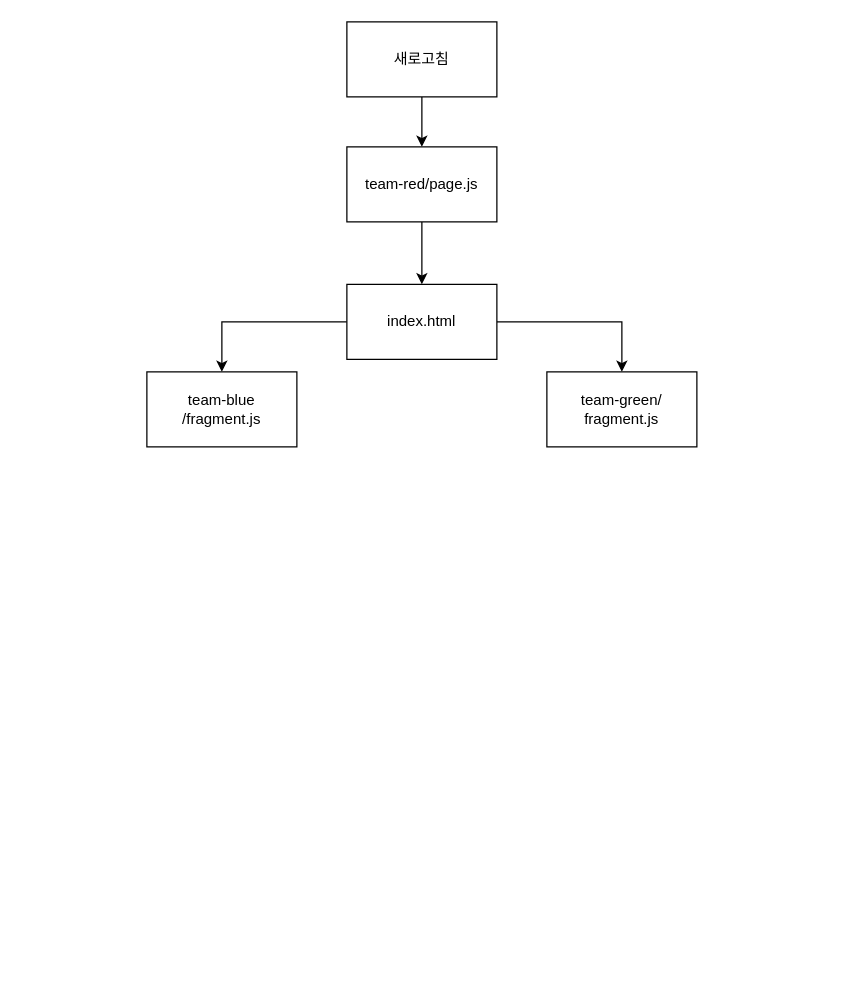
unuhqueen/Micro-Frontend keeps this draw.io diagram as micro-frontend-lifecycle.drawio. Above is the earlier version. Source tidied: cells renumbered, new cells numbered last; positions are measured from the earlier drawing's top-left corner, leaving out a move shared by most shapes. Both pictures are drawn from the tidied source at 125%, with x=0, y=0 at pixel (146, 21).
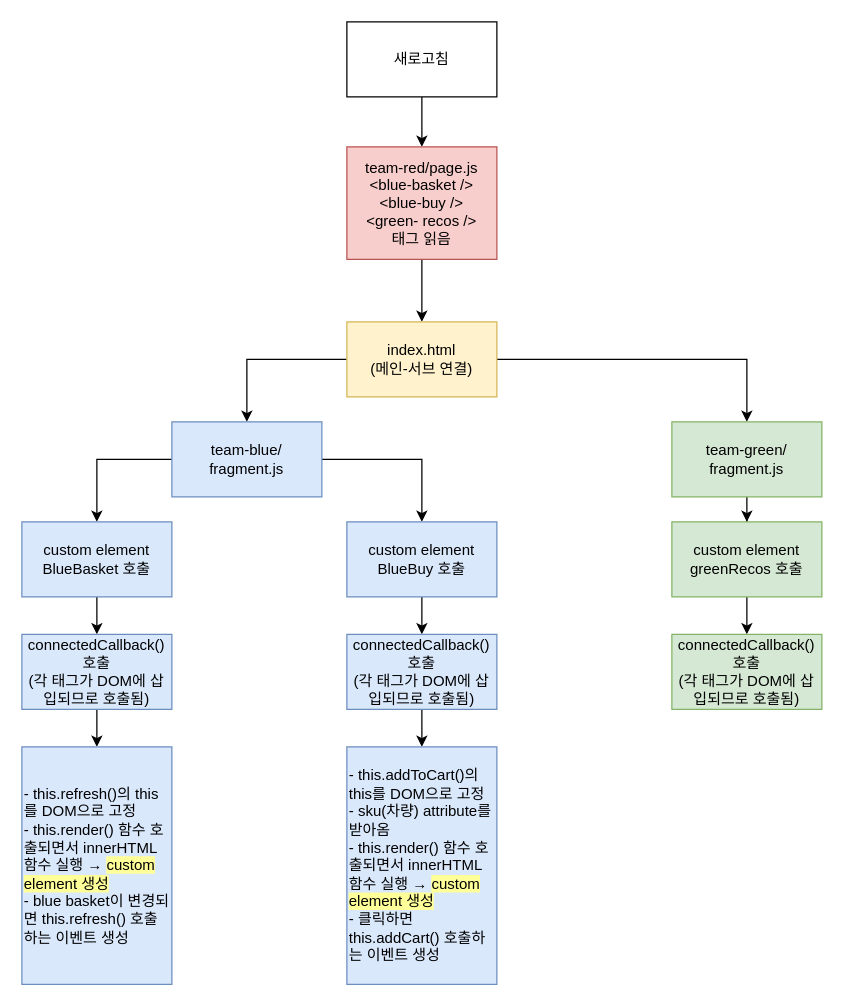
After the change.

Change to the diagram source:
```diff
@@
-    <mxCell id="5" value="team-red/page.js" style="rounded=0;whiteSpace=wrap;html=1;" parent="1" vertex="1">
-      <mxGeometry x="160" y="100" width="120" height="60" as="geometry" />
+    <mxCell id="5" value="team-red/page.js&lt;br&gt;&amp;lt;blue-basket /&amp;gt;&lt;br&gt;&amp;lt;blue-buy /&amp;gt;&lt;br&gt;&amp;lt;green- recos /&amp;gt;&lt;br&gt;태그 읽음" style="rounded=0;whiteSpace=wrap;html=1;fillColor=#f8cecc;strokeColor=#b85450;" parent="1" vertex="1">
+      <mxGeometry x="160" y="100" width="120" height="90" as="geometry" />
     </mxCell>
@@
-    <mxCell id="8" value="index.html" style="rounded=0;whiteSpace=wrap;html=1;" parent="1" vertex="1">
-      <mxGeometry x="160" y="210" width="120" height="60" as="geometry" />
+    <mxCell id="8" value="index.html&lt;br&gt;(메인-서브 연결)" style="rounded=0;whiteSpace=wrap;html=1;fillColor=#fff2cc;strokeColor=#d6b656;" parent="1" vertex="1">
+      <mxGeometry x="160" y="240" width="120" height="60" as="geometry" />
     </mxCell>
+    <mxCell id="11" style="edgeStyle=orthogonalEdgeStyle;rounded=0;jettySize=auto;html=1;exitX=0;exitY=0.5;exitDx=0;exitDy=0;" parent="1" edge="1" source="9" target="15">
+      <mxGeometry relative="1" as="geometry" />
+    </mxCell>
+    <mxCell id="12" style="edgeStyle=orthogonalEdgeStyle;rounded=0;jettySize=auto;html=1;" parent="1" edge="1" source="9" target="17">
+      <mxGeometry relative="1" as="geometry" />
+    </mxCell>
-    <mxCell id="9" value="team-blue&lt;br&gt;/fragment.js" style="rounded=0;whiteSpace=wrap;html=1;" parent="1" vertex="1">
-      <mxGeometry y="280" width="120" height="60" as="geometry" />
+    <mxCell id="9" value="team-blue/&lt;br&gt;fragment.js" style="rounded=0;whiteSpace=wrap;html=1;fillColor=#dae8fc;strokeColor=#6c8ebf;" parent="1" vertex="1">
+      <mxGeometry x="20" y="320" width="120" height="60" as="geometry" />
     </mxCell>
+    <mxCell id="13" style="edgeStyle=orthogonalEdgeStyle;rounded=0;jettySize=auto;html=1;entryX=0.5;entryY=0;entryDx=0;entryDy=0;" parent="1" edge="1" source="10" target="19">
+      <mxGeometry relative="1" as="geometry" />
+    </mxCell>
-    <mxCell id="10" value="team-green/&lt;br&gt;fragment.js" style="rounded=0;whiteSpace=wrap;html=1;" parent="1" vertex="1">
-      <mxGeometry x="320" y="280" width="120" height="60" as="geometry" />
+    <mxCell id="10" value="team-green/&lt;br&gt;fragment.js" style="rounded=0;whiteSpace=wrap;html=1;fillColor=#d5e8d4;strokeColor=#82b366;" parent="1" vertex="1">
+      <mxGeometry x="420" y="320" width="120" height="60" as="geometry" />
     </mxCell>
+    <mxCell id="14" style="edgeStyle=orthogonalEdgeStyle;rounded=0;jettySize=auto;html=1;" parent="1" edge="1" source="15" target="21">
+      <mxGeometry relative="1" as="geometry" />
+    </mxCell>
+    <mxCell id="15" value="custom element&lt;br&gt;BlueBasket 호출" style="rounded=0;whiteSpace=wrap;html=1;fillColor=#dae8fc;strokeColor=#6c8ebf;" parent="1" vertex="1">
+      <mxGeometry x="-100" y="400" width="120" height="60" as="geometry" />
+    </mxCell>
+    <mxCell id="16" style="edgeStyle=orthogonalEdgeStyle;rounded=0;jettySize=auto;html=1;exitX=0.5;exitY=1;exitDx=0;exitDy=0;entryX=0.5;entryY=0;entryDx=0;entryDy=0;" parent="1" edge="1" source="17" target="23">
+      <mxGeometry relative="1" as="geometry" />
+    </mxCell>
+    <mxCell id="17" value="custom element&lt;br&gt;BlueBuy 호출" style="rounded=0;whiteSpace=wrap;html=1;fillColor=#dae8fc;strokeColor=#6c8ebf;" parent="1" vertex="1">
+      <mxGeometry x="160" y="400" width="120" height="60" as="geometry" />
+    </mxCell>
+    <mxCell id="18" style="edgeStyle=orthogonalEdgeStyle;rounded=0;jettySize=auto;html=1;exitX=0.5;exitY=1;exitDx=0;exitDy=0;entryX=0.5;entryY=0;entryDx=0;entryDy=0;" parent="1" edge="1" source="19" target="24">
+      <mxGeometry relative="1" as="geometry" />
+    </mxCell>
+    <mxCell id="19" value="custom element&lt;br&gt;greenRecos 호출" style="rounded=0;whiteSpace=wrap;html=1;fillColor=#d5e8d4;strokeColor=#82b366;" parent="1" vertex="1">
+      <mxGeometry x="420" y="400" width="120" height="60" as="geometry" />
+    </mxCell>
+    <mxCell id="20" style="edgeStyle=orthogonalEdgeStyle;rounded=0;jettySize=auto;html=1;entryX=0.5;entryY=0;entryDx=0;entryDy=0;" parent="1" edge="1" source="21" target="25">
+      <mxGeometry relative="1" as="geometry" />
+    </mxCell>
+    <mxCell id="21" value="connectedCallback()&lt;br&gt;호출&lt;br&gt;(각 태그가 DOM에 삽입되므로 호출됨)" style="rounded=0;whiteSpace=wrap;html=1;fillColor=#dae8fc;strokeColor=#6c8ebf;" parent="1" vertex="1">
+      <mxGeometry x="-100" y="490" width="120" height="60" as="geometry" />
+    </mxCell>
+    <mxCell id="22" style="edgeStyle=orthogonalEdgeStyle;rounded=0;jettySize=auto;html=1;exitX=0.5;exitY=1;exitDx=0;exitDy=0;entryX=0.5;entryY=0;entryDx=0;entryDy=0;" parent="1" edge="1" source="23" target="26">
+      <mxGeometry relative="1" as="geometry" />
+    </mxCell>
+    <mxCell id="23" value="connectedCallback()&lt;br&gt;호출&lt;br&gt;(각 태그가 DOM에 삽입되므로 호출됨)" style="rounded=0;whiteSpace=wrap;html=1;fillColor=#dae8fc;strokeColor=#6c8ebf;" parent="1" vertex="1">
+      <mxGeometry x="160" y="490" width="120" height="60" as="geometry" />
+    </mxCell>
+    <mxCell id="24" value="connectedCallback()&lt;br&gt;호출&lt;br&gt;(각 태그가 DOM에 삽입되므로 호출됨)" style="rounded=0;whiteSpace=wrap;html=1;fillColor=#d5e8d4;strokeColor=#82b366;" parent="1" vertex="1">
+      <mxGeometry x="420" y="490" width="120" height="60" as="geometry" />
+    </mxCell>
+    <mxCell id="25" value="- this.refresh()의 this를 DOM으로 고정&lt;br&gt;- this.render() 함수 호출되면서 innerHTML 함수 실행 → &lt;span style=&quot;background-color: rgb(255 , 255 , 153)&quot;&gt;custom element 생성&lt;/span&gt;&lt;br&gt;- blue basket이 변경되면 this.refresh() 호출하는 이벤트 생성" style="rounded=0;whiteSpace=wrap;html=1;fillColor=#dae8fc;strokeColor=#6c8ebf;align=left;" parent="1" vertex="1">
+      <mxGeometry x="-100" y="580" width="120" height="190" as="geometry" />
+    </mxCell>
+    <mxCell id="26" value="- this.addToCart()의 this를 DOM으로 고정&lt;br&gt;- sku(차량) attribute를 받아옴&lt;br&gt;- this.render() 함수 호출되면서 innerHTML 함수 실행 →&amp;nbsp;&lt;span style=&quot;background-color: rgb(255 , 255 , 153)&quot;&gt;custom element 생성&lt;/span&gt;&lt;br&gt;- 클릭하면 this.addCart() 호출하는 이벤트 생성" style="rounded=0;whiteSpace=wrap;html=1;fillColor=#dae8fc;strokeColor=#6c8ebf;align=left;" parent="1" vertex="1">
+      <mxGeometry x="160" y="580" width="120" height="190" as="geometry" />
+    </mxCell>
```
